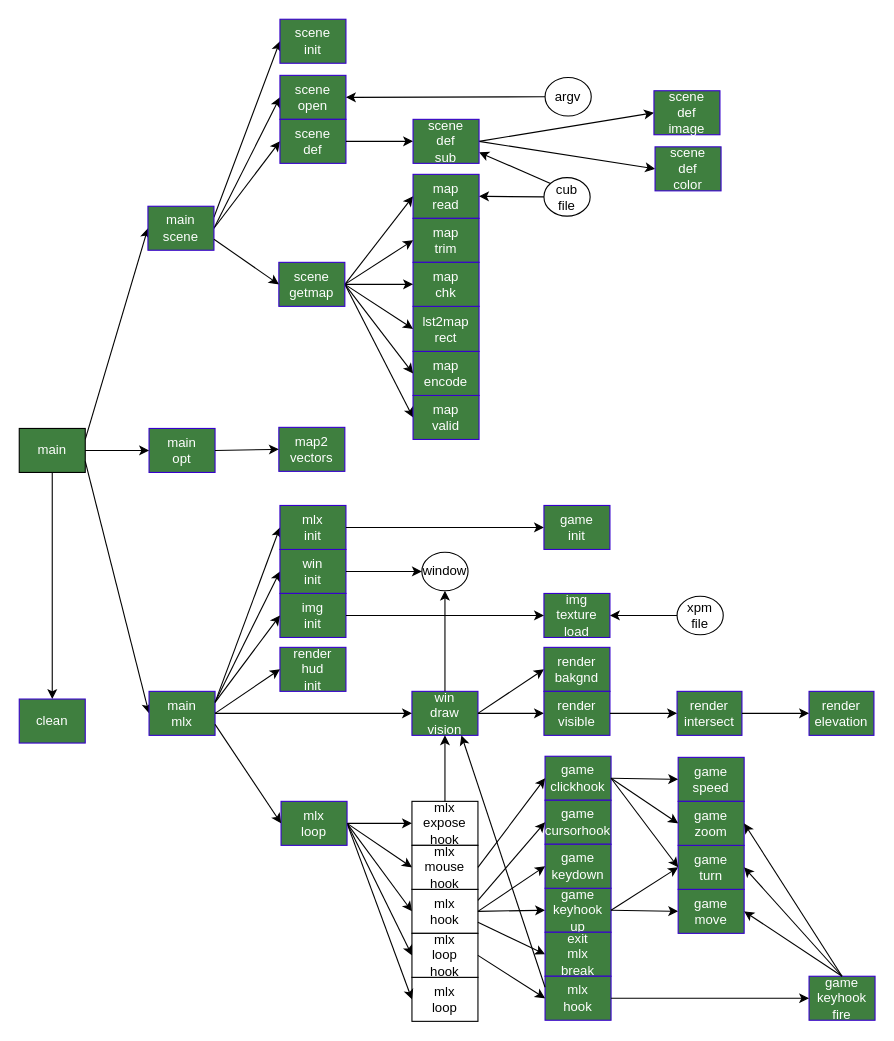
Above: flow_cub3d.drawio in yunixuma/raycaster (draw.io), before the change. Source tidied: cells renumbered, new cells numbered last; positions are measured from the earlier drawing's top-left corner, leaving out a move shared by most shapes. Both pictures are drawn from the tidied source at 110%, with x=0, y=0 at pixel (19, 19).
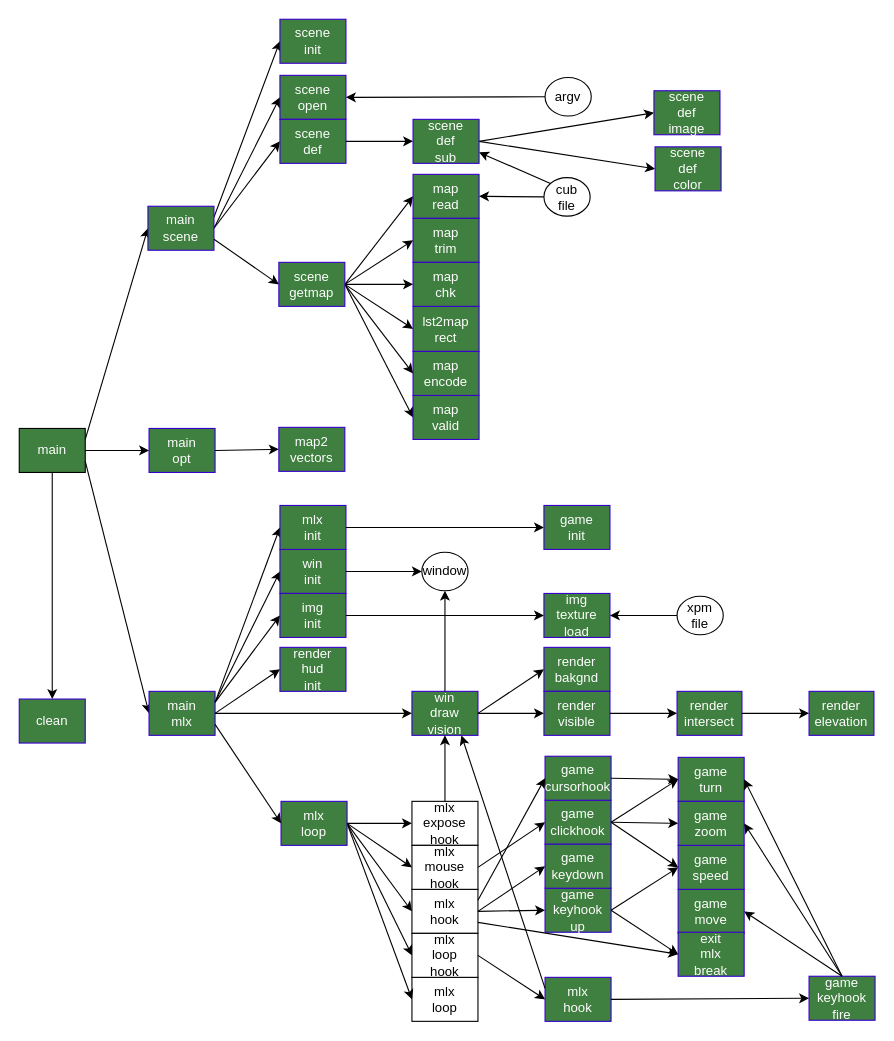
The same diagram, later.

Commit message:
Modify flow chart

Unchanged cells that the change refers to:
```xml
<mxCell id="57" value="game&lt;br&gt;keyhook&lt;br&gt;up" style="rounded=0;whiteSpace=wrap;html=1;fillColor=#3F7F3F;fontColor=#ffffff;strokeColor=#3700CC;" parent="1" vertex="1">
  <mxGeometry x="478" y="790" width="60" height="40" as="geometry" />
</mxCell>
<mxCell id="59" value="game&lt;br&gt;move" style="rounded=0;whiteSpace=wrap;html=1;fillColor=#3F7F3F;fontColor=#ffffff;strokeColor=#3700CC;" parent="1" vertex="1">
  <mxGeometry x="599" y="791" width="60" height="40" as="geometry" />
</mxCell>
```

Change to the diagram source:
```diff
@@
-    <mxCell id="58" style="edgeStyle=none;html=1;entryX=0;entryY=0.5;entryDx=0;entryDy=0;exitX=1;exitY=0.5;exitDx=0;exitDy=0;" parent="1" edge="1" source="57" target="59">
+    <mxCell id="58" style="edgeStyle=none;html=1;entryX=0;entryY=0.5;entryDx=0;entryDy=0;exitX=1;exitY=0.5;exitDx=0;exitDy=0;" parent="1" edge="1" source="57" target="61">
       <mxGeometry relative="1" as="geometry" />
     </mxCell>
@@
     <mxCell id="61" value="exit&lt;br&gt;mlx&lt;br&gt;break" style="rounded=0;whiteSpace=wrap;html=1;fillColor=#3F7F3F;fontColor=#ffffff;strokeColor=#3700CC;" parent="1" vertex="1">
-      <mxGeometry x="478" y="830" width="60" height="40" as="geometry" />
+      <mxGeometry x="599" y="830" width="60" height="40" as="geometry" />
     </mxCell>
     <mxCell id="62" value="mlx&lt;br&gt;hook" style="rounded=0;whiteSpace=wrap;html=1;fillColor=#3F7F3F;fontColor=#ffffff;strokeColor=#3700CC;" parent="1" vertex="1">
-      <mxGeometry x="478" y="870" width="60" height="40" as="geometry" />
+      <mxGeometry x="478" y="871" width="60" height="40" as="geometry" />
     </mxCell>
@@
-    <mxCell id="65" style="edgeStyle=none;html=1;entryX=0;entryY=0.5;entryDx=0;entryDy=0;exitX=1;exitY=0.5;exitDx=0;exitDy=0;" parent="1" edge="1" source="57" target="66">
+    <mxCell id="65" style="edgeStyle=none;html=1;entryX=0;entryY=0.5;entryDx=0;entryDy=0;exitX=1;exitY=0.5;exitDx=0;exitDy=0;" parent="1" edge="1" source="57" target="95">
       <mxGeometry relative="1" as="geometry" />
     </mxCell>
     <mxCell id="66" value="game&lt;br&gt;turn" style="rounded=0;whiteSpace=wrap;html=1;fillColor=#3F7F3F;fontColor=#ffffff;strokeColor=#3700CC;" parent="1" vertex="1">
-      <mxGeometry x="599" y="751" width="60" height="40" as="geometry" />
+      <mxGeometry x="599" y="671" width="60" height="40" as="geometry" />
     </mxCell>
@@
     <mxCell id="88" value="game&lt;br&gt;clickhook" style="rounded=0;whiteSpace=wrap;html=1;fillColor=#3F7F3F;fontColor=#ffffff;strokeColor=#3700CC;" parent="1" vertex="1">
-      <mxGeometry x="478" y="670" width="60" height="40" as="geometry" />
+      <mxGeometry x="478" y="710" width="60" height="40" as="geometry" />
     </mxCell>
     <mxCell id="89" value="game&lt;br&gt;cursorhook" style="rounded=0;whiteSpace=wrap;html=1;fillColor=#3F7F3F;fontColor=#ffffff;strokeColor=#3700CC;" parent="1" vertex="1">
-      <mxGeometry x="478" y="710" width="60" height="40" as="geometry" />
+      <mxGeometry x="478" y="670" width="60" height="40" as="geometry" />
     </mxCell>
@@
     <mxCell id="95" value="game&lt;br&gt;speed" style="rounded=0;whiteSpace=wrap;html=1;fillColor=#3F7F3F;fontColor=#ffffff;strokeColor=#3700CC;" parent="1" vertex="1">
-      <mxGeometry x="599" y="671" width="60" height="40" as="geometry" />
+      <mxGeometry x="599" y="751" width="60" height="40" as="geometry" />
     </mxCell>
@@
-    <mxCell id="100" style="edgeStyle=none;html=1;entryX=0;entryY=0.5;entryDx=0;entryDy=0;exitX=1;exitY=0.5;exitDx=0;exitDy=0;" parent="1" edge="1" source="88" target="66">
+    <mxCell id="100" style="edgeStyle=none;html=1;entryX=0;entryY=0.5;entryDx=0;entryDy=0;exitX=1;exitY=0.5;exitDx=0;exitDy=0;" parent="1" edge="1" source="89" target="66">
       <mxGeometry relative="1" as="geometry" />
     </mxCell>
@@
+    <mxCell id="111" style="edgeStyle=none;html=1;entryX=0;entryY=0.5;entryDx=0;entryDy=0;exitX=1;exitY=0.5;exitDx=0;exitDy=0;" parent="1" edge="1" source="88" target="66">
+      <mxGeometry relative="1" as="geometry" />
+    </mxCell>
```
